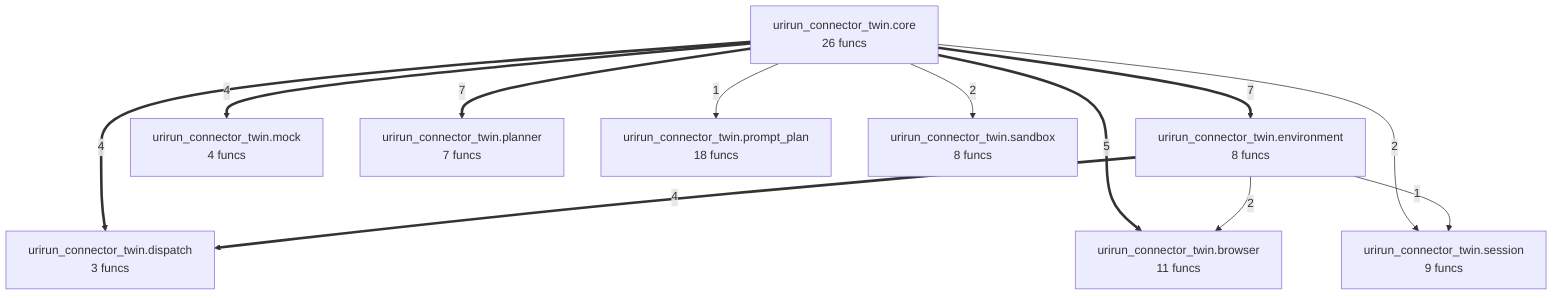
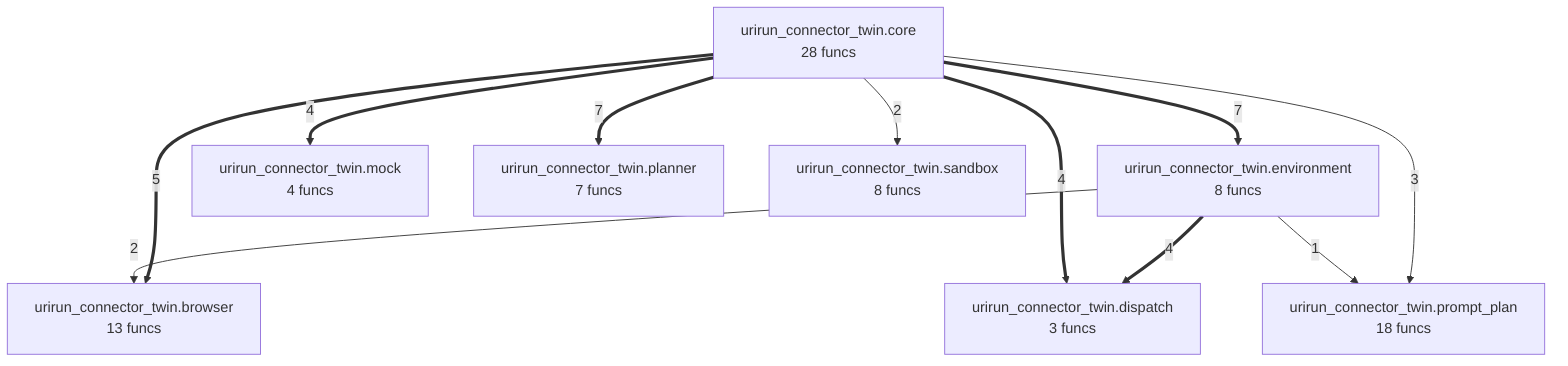
flowchart TD
%% generated in 0.00s
-     urirun_connector_twin__browser["urirun_connector_twin.browser<br/>11 funcs"]
-     urirun_connector_twin__core["urirun_connector_twin.core<br/>26 funcs"]
+     urirun_connector_twin__browser["urirun_connector_twin.browser<br/>13 funcs"]
+     urirun_connector_twin__core["urirun_connector_twin.core<br/>28 funcs"]
    urirun_connector_twin__dispatch["urirun_connector_twin.dispatch<br/>3 funcs"]
    urirun_connector_twin__environment["urirun_connector_twin.environment<br/>8 funcs"]
    urirun_connector_twin__mock["urirun_connector_twin.mock<br/>4 funcs"]
    urirun_connector_twin__planner["urirun_connector_twin.planner<br/>7 funcs"]
    urirun_connector_twin__prompt_plan["urirun_connector_twin.prompt_plan<br/>18 funcs"]
    urirun_connector_twin__sandbox["urirun_connector_twin.sandbox<br/>8 funcs"]
-     urirun_connector_twin__session["urirun_connector_twin.session<br/>9 funcs"]
    urirun_connector_twin__core ==>|7| urirun_connector_twin__environment
    urirun_connector_twin__core ==>|7| urirun_connector_twin__planner
    urirun_connector_twin__core ==>|5| urirun_connector_twin__browser
+     urirun_connector_twin__environment ==>|4| urirun_connector_twin__dispatch
    urirun_connector_twin__core ==>|4| urirun_connector_twin__mock
    urirun_connector_twin__core ==>|4| urirun_connector_twin__dispatch
-     urirun_connector_twin__environment ==>|4| urirun_connector_twin__dispatch
-     urirun_connector_twin__core -->|2| urirun_connector_twin__session
+     urirun_connector_twin__core -->|3| urirun_connector_twin__prompt_plan
+     urirun_connector_twin__environment -->|2| urirun_connector_twin__browser
    urirun_connector_twin__core -->|2| urirun_connector_twin__sandbox
-     urirun_connector_twin__environment -->|2| urirun_connector_twin__browser
-     urirun_connector_twin__core -->|1| urirun_connector_twin__prompt_plan
-     urirun_connector_twin__environment -->|1| urirun_connector_twin__session
+     urirun_connector_twin__environment -->|1| urirun_connector_twin__prompt_plan
